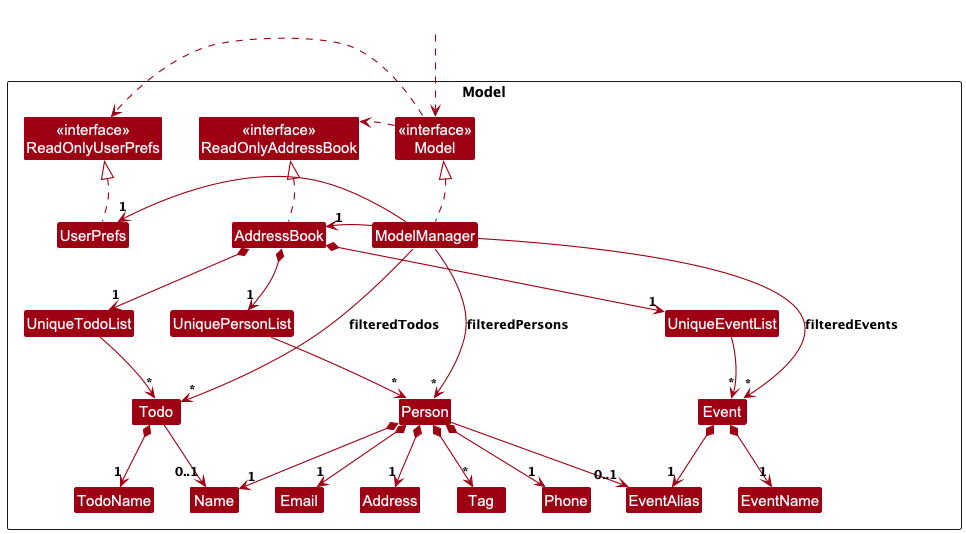
jaxwong/tp keeps this PlantUML diagram as docs/images/ModelClassDiagram.png. Above is the earlier version.
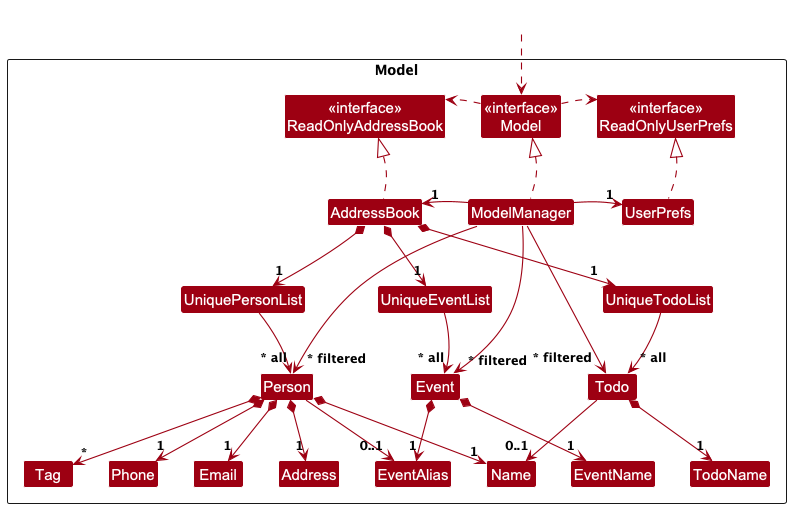
The same diagram one commit later.

Commit message:
Fix model class png

The edit, as a diff of the source:
```diff
@@ -73,13 +73,13 @@
 AddressBook *--> "1" UniqueEventList
 AddressBook *--> "1" UniqueTodoList
 
-UniquePersonList --> "*" Person
-UniqueEventList --> "*" Event
-UniqueTodoList --> "*" Todo
+UniquePersonList --> "~* all" Person
+UniqueEventList --> "~* all" Event
+UniqueTodoList --> "~* all" Todo
 
-ModelManager --> "*" Person : filteredPersons
-ModelManager --> "*" Event : filteredEvents
-ModelManager --> "*" Todo : filteredTodos
+ModelManager --> "~* filtered" Person
+ModelManager --> "~* filtered" Event
+ModelManager --> "~* filtered" Todo
 
 Person *--> "1" Name
 Person *--> "1" Phone
```
